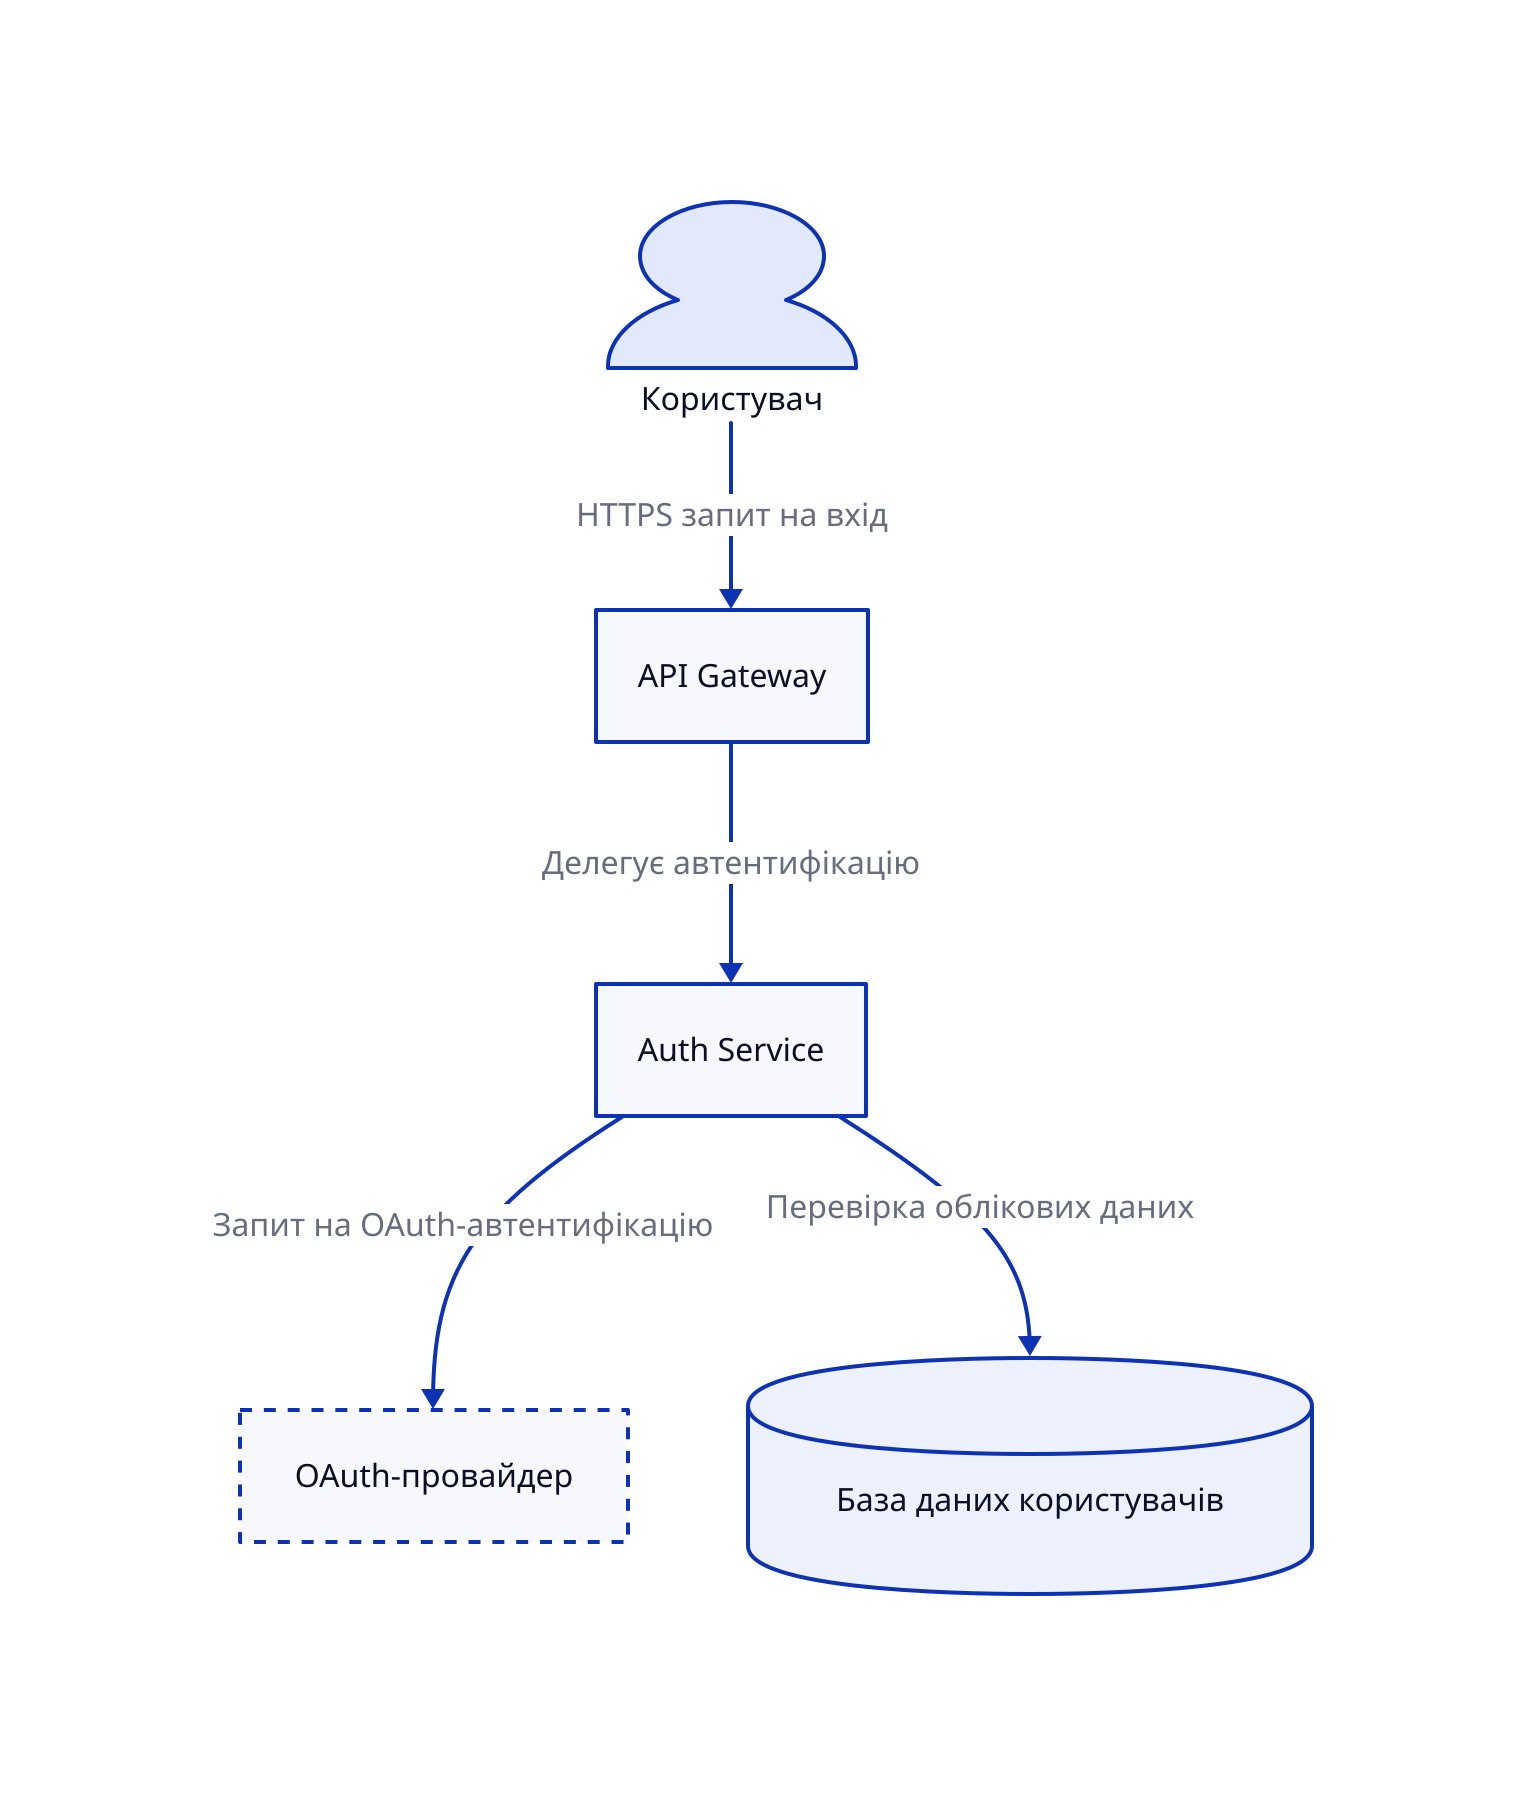
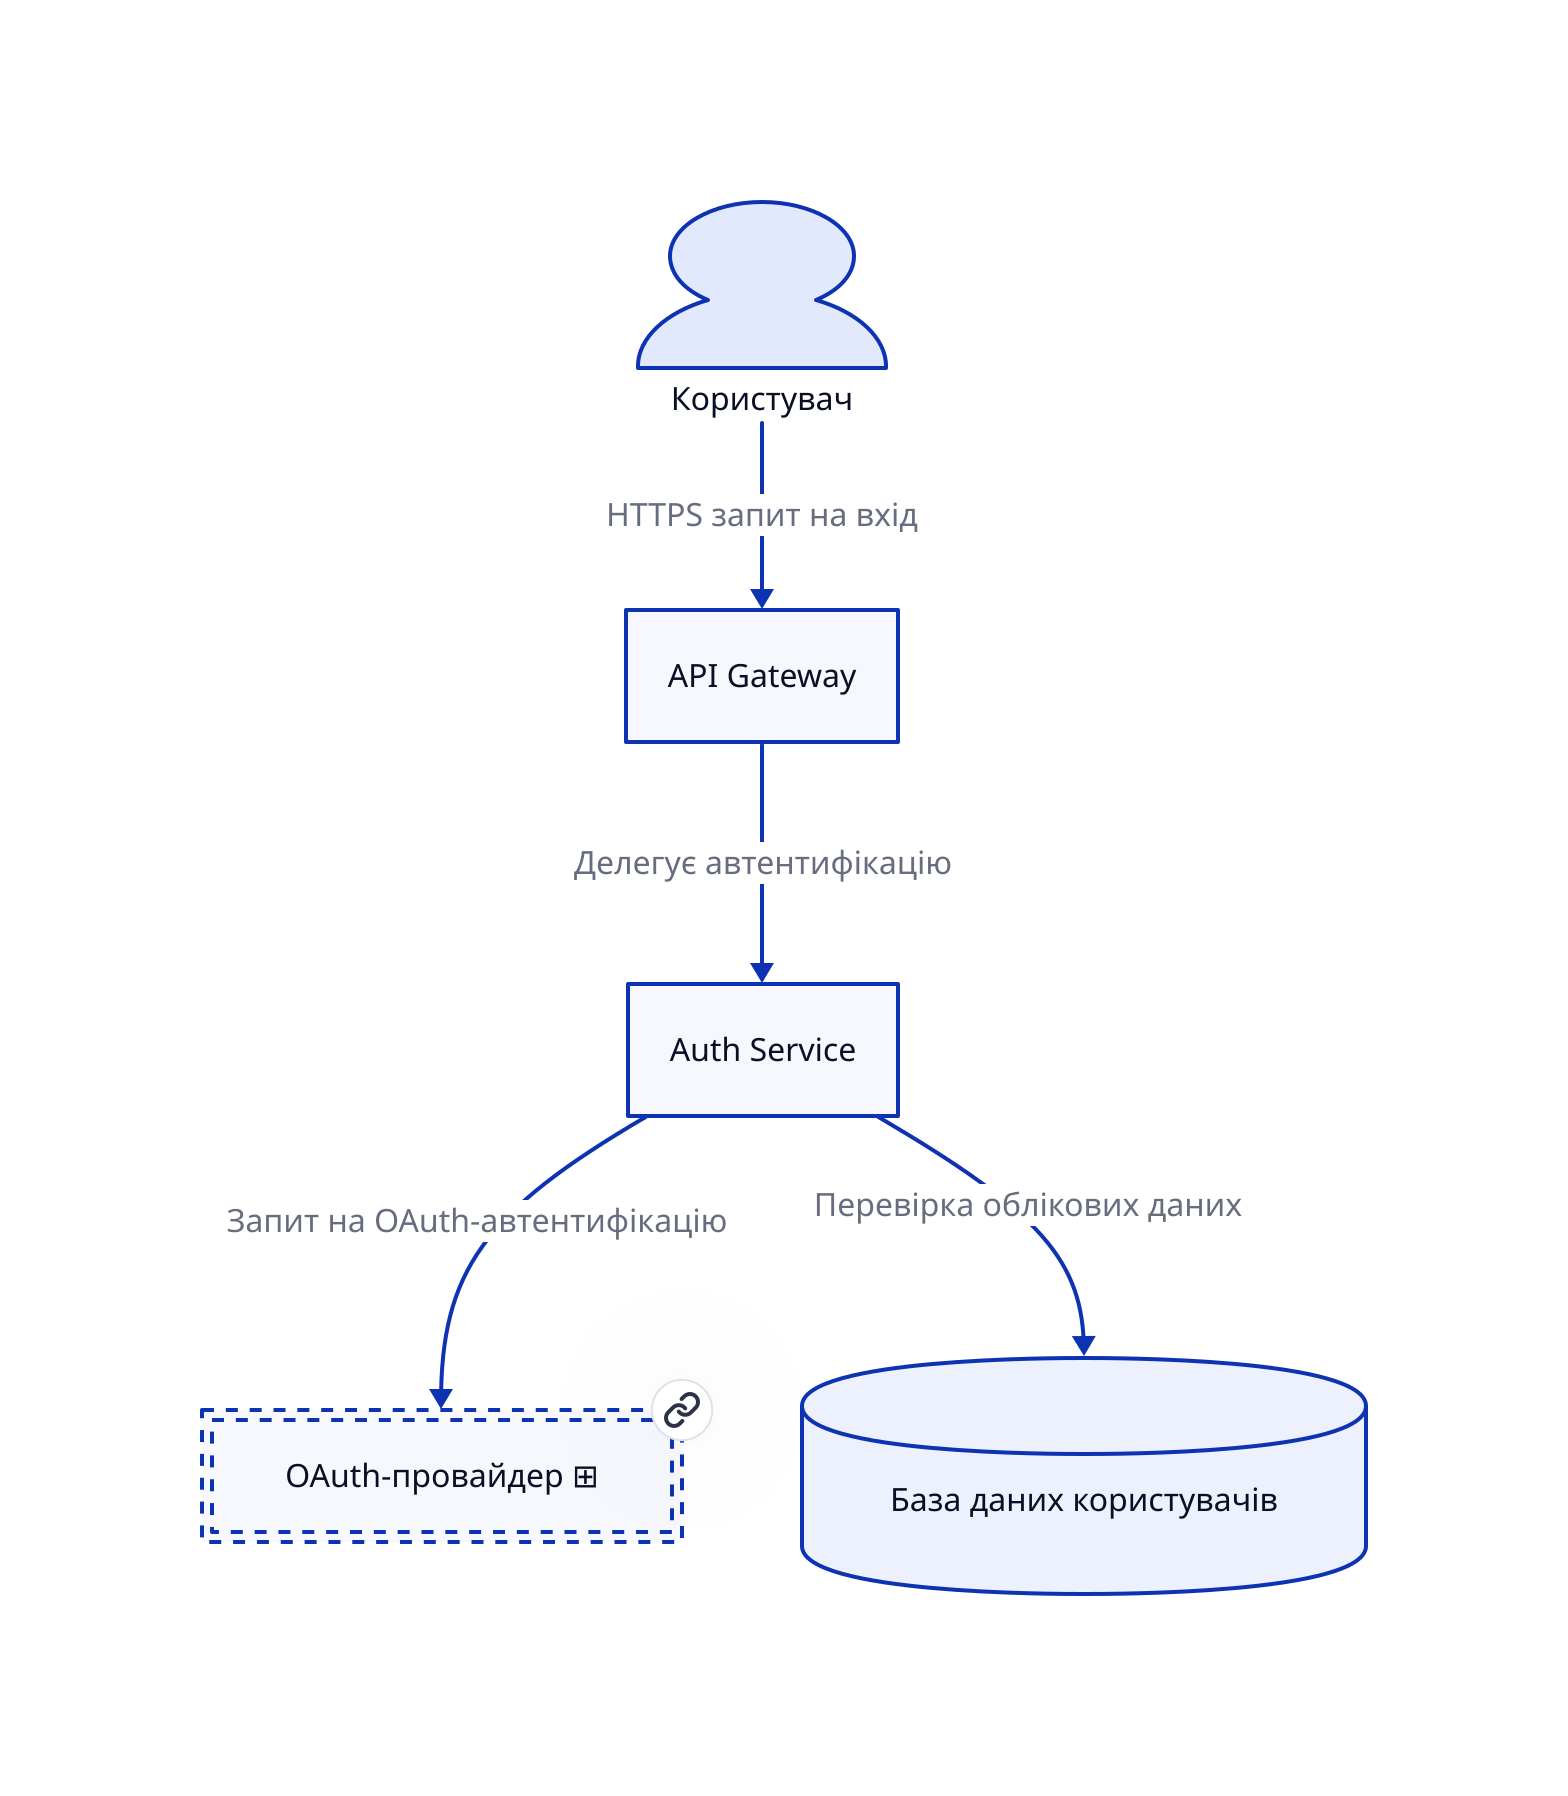
User: "Користувач" {
  shape: person
}
Gateway: "API Gateway"
AuthService: "Auth Service"
- OAuthProvider: "OAuth-провайдер" {
+ OAuthProvider: "OAuth-провайдер ⊞" {
  style.stroke-dash: 3
+   style.double-border: true
+   link: "./oauth-detail.svg"
}
DB: "База даних користувачів" {
  shape: cylinder
}

User -> Gateway: "HTTPS запит на вхід"
Gateway -> AuthService: "Делегує автентифікацію"
AuthService -> OAuthProvider: "Запит на OAuth-автентифікацію"
AuthService -> DB: "Перевірка облікових даних"
